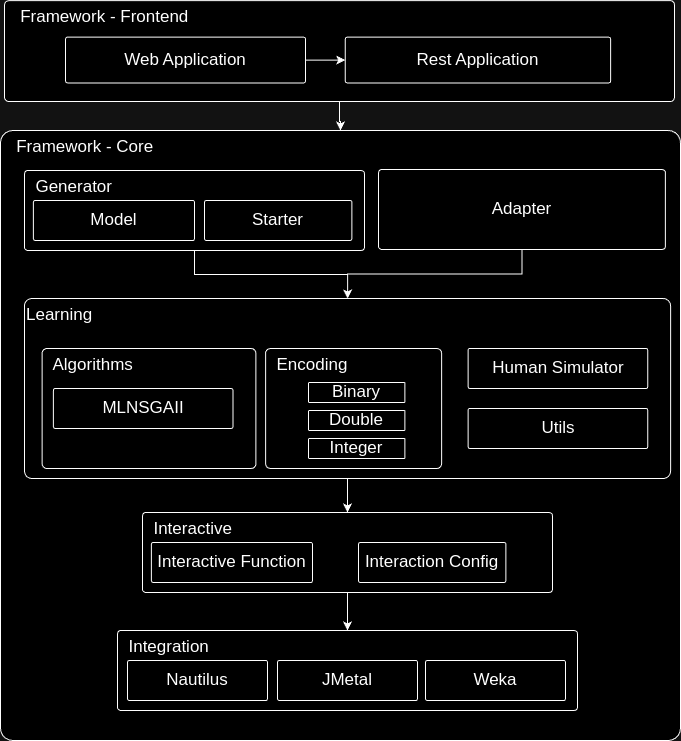
The draw.io diagram docs/modules.drawio.png in iSEarchAI/isearchai, before a commit. Source tidied: cells renumbered, new cells last; positions are measured from the earlier drawing's top-left corner, leaving out a move shared by most shapes.
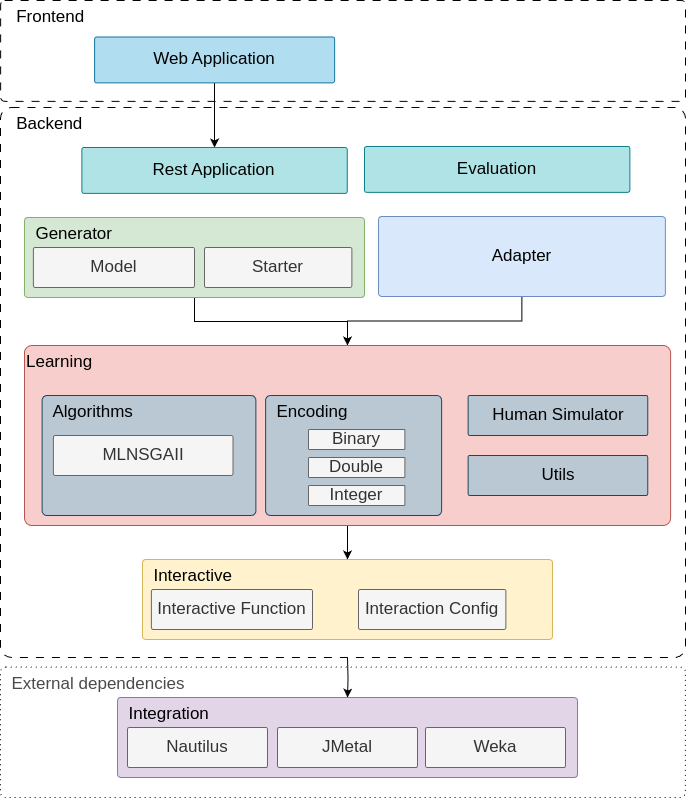
Above is the later version.

The edit, as a diff of the source:
```diff
@@ -2,100 +2,100 @@
   <root>
     <mxCell id="0" />
     <mxCell id="1" parent="0" />
-    <mxCell id="2" style="edgeStyle=orthogonalEdgeStyle;rounded=0;jettySize=auto;html=1;" parent="1" edge="1" source="x">
-      <mxGeometry relative="1" as="geometry">
-        <mxPoint x="355" y="102" as="targetPoint" />
-      </mxGeometry>
-    </mxCell>
-    <mxCell id="3" value="&lt;div style=&quot;padding-top: 0px; font-size: 17px;&quot;&gt;&amp;nbsp; &amp;nbsp;&lt;span style=&quot;background-color: initial;&quot;&gt;Framework - Core&lt;/span&gt;&lt;/div&gt;" style="rounded=1;whiteSpace=wrap;html=1;align=left;verticalAlign=top;arcSize=2;fontSize=17;" parent="1" vertex="1">
-      <mxGeometry y="130" width="680" height="610" as="geometry" />
-    </mxCell>
-    <mxCell id="4" style="edgeStyle=orthogonalEdgeStyle;rounded=0;jettySize=auto;html=1;" parent="1" edge="1" source="5" target="3">
-      <mxGeometry relative="1" as="geometry" />
-    </mxCell>
-    <mxCell id="5" value="&lt;div style=&quot;padding-top: 0px; font-size: 17px;&quot;&gt;&amp;nbsp; &amp;nbsp;Framework - Frontend&lt;/div&gt;" style="rounded=1;whiteSpace=wrap;html=1;align=left;verticalAlign=top;arcSize=4;fontSize=17;" parent="1" vertex="1">
-      <mxGeometry x="4" y="0.2" width="670" height="100.8" as="geometry" />
-    </mxCell>
+    <mxCell id="33" value="&lt;div style=&quot;padding-top: 0px; font-size: 17px;&quot;&gt;&amp;nbsp; External dependencies&lt;/div&gt;" style="rounded=1;whiteSpace=wrap;html=1;align=left;verticalAlign=top;arcSize=4;fontSize=17;dashed=1;dashPattern=1 4;gradientColor=none;fontColor=#4A4A4A;" parent="1" vertex="1">
+      <mxGeometry y="619.6" width="684.9" height="130.4" as="geometry" />
+    </mxCell>
+    <mxCell id="34" value="&lt;div style=&quot;padding-top: 0px; font-size: 17px;&quot;&gt;&amp;nbsp; &amp;nbsp;&lt;span style=&quot;background-color: initial;&quot;&gt;Backend&lt;/span&gt;&lt;/div&gt;" style="rounded=1;whiteSpace=wrap;html=1;align=left;verticalAlign=top;arcSize=2;fontSize=17;dashed=1;dashPattern=8 8;" parent="1" vertex="1">
+      <mxGeometry y="60" width="685" height="550" as="geometry" />
+    </mxCell>
+    <mxCell id="35" value="&lt;div style=&quot;padding-top: 0px; font-size: 17px;&quot;&gt;&amp;nbsp; &amp;nbsp;Frontend&lt;/div&gt;" style="rounded=1;whiteSpace=wrap;html=1;align=left;verticalAlign=top;arcSize=4;fontSize=17;dashed=1;dashPattern=8 8;" parent="1" vertex="1">
+      <mxGeometry x="0.1" y="-47" width="684.9" height="100.8" as="geometry" />
+    </mxCell>
     <mxCell id="6" style="edgeStyle=orthogonalEdgeStyle;rounded=0;jettySize=auto;html=1;" parent="1" edge="1" source="8" target="7">
       <mxGeometry relative="1" as="geometry" />
     </mxCell>
-    <mxCell id="7" value="&lt;div style=&quot;padding-top: 0px; font-size: 17px;&quot;&gt;Rest Application&lt;/div&gt;" style="rounded=1;whiteSpace=wrap;html=1;align=center;verticalAlign=middle;arcSize=4;fontSize=17;" parent="1" vertex="1">
-      <mxGeometry x="344.8" y="36.7" width="265.4" height="45.8" as="geometry" />
+    <mxCell id="7" value="&lt;div style=&quot;padding-top: 0px; font-size: 17px;&quot;&gt;Rest Application&lt;/div&gt;" style="rounded=1;whiteSpace=wrap;html=1;align=center;verticalAlign=middle;arcSize=4;fontSize=17;fillColor=#b0e3e6;strokeColor=#0e8088;" parent="1" vertex="1">
+      <mxGeometry x="81.4" y="100" width="265.4" height="45.8" as="geometry" />
     </mxCell>
-    <mxCell id="8" value="&lt;div style=&quot;padding-top: 0px; font-size: 17px;&quot;&gt;Web Application&lt;/div&gt;" style="rounded=1;whiteSpace=wrap;html=1;align=center;verticalAlign=middle;arcSize=4;fontSize=17;" parent="1" vertex="1">
-      <mxGeometry x="65" y="36.7" width="240" height="45.8" as="geometry" />
+    <mxCell id="8" value="&lt;div style=&quot;padding-top: 0px; font-size: 17px;&quot;&gt;Web Application&lt;/div&gt;" style="rounded=1;whiteSpace=wrap;html=1;align=center;verticalAlign=middle;arcSize=4;fontSize=17;fillColor=#b1ddf0;strokeColor=#10739e;" parent="1" vertex="1">
+      <mxGeometry x="94.1" y="-10.5" width="240" height="45.8" as="geometry" />
     </mxCell>
-    <mxCell id="9" value="&lt;div style=&quot;padding-top: 0px; font-size: 17px;&quot;&gt;&lt;span style=&quot;background-color: initial;&quot;&gt;&amp;nbsp;&amp;nbsp;&lt;/span&gt;&lt;span style=&quot;background-color: initial;&quot;&gt;Integration&lt;/span&gt;&lt;br&gt;&lt;/div&gt;" style="rounded=1;whiteSpace=wrap;html=1;align=left;verticalAlign=top;arcSize=4;fontSize=17;" parent="1" vertex="1">
-      <mxGeometry x="117" y="630" width="460" height="80" as="geometry" />
+    <mxCell id="9" value="&lt;div style=&quot;padding-top: 0px; font-size: 17px;&quot;&gt;&lt;span style=&quot;background-color: initial;&quot;&gt;&amp;nbsp;&amp;nbsp;&lt;/span&gt;&lt;span style=&quot;background-color: initial;&quot;&gt;Integration&lt;/span&gt;&lt;br&gt;&lt;/div&gt;" style="rounded=1;whiteSpace=wrap;html=1;align=left;verticalAlign=top;arcSize=4;fontSize=17;fillColor=#e1d5e7;strokeColor=#9673a6;" parent="1" vertex="1">
+      <mxGeometry x="117" y="650" width="460" height="80" as="geometry" />
     </mxCell>
-    <mxCell id="10" value="&lt;div style=&quot;padding-top: 0px; font-size: 17px;&quot;&gt;Nautilus&lt;/div&gt;" style="rounded=1;whiteSpace=wrap;html=1;align=center;verticalAlign=middle;arcSize=4;fontSize=17;" parent="1" vertex="1">
-      <mxGeometry x="127" y="660" width="140" height="40" as="geometry" />
+    <mxCell id="10" value="&lt;div style=&quot;padding-top: 0px; font-size: 17px;&quot;&gt;Nautilus&lt;/div&gt;" style="rounded=1;whiteSpace=wrap;html=1;align=center;verticalAlign=middle;arcSize=4;fontSize=17;fillColor=#f5f5f5;fontColor=#333333;strokeColor=#666666;" parent="1" vertex="1">
+      <mxGeometry x="127" y="680" width="140" height="40" as="geometry" />
     </mxCell>
-    <mxCell id="11" value="&lt;div style=&quot;padding-top: 0px; font-size: 17px;&quot;&gt;JMetal&lt;/div&gt;" style="rounded=1;whiteSpace=wrap;html=1;align=center;verticalAlign=middle;arcSize=4;fontSize=17;" parent="1" vertex="1">
-      <mxGeometry x="277" y="660" width="140" height="40" as="geometry" />
+    <mxCell id="11" value="&lt;div style=&quot;padding-top: 0px; font-size: 17px;&quot;&gt;JMetal&lt;/div&gt;" style="rounded=1;whiteSpace=wrap;html=1;align=center;verticalAlign=middle;arcSize=4;fontSize=17;fillColor=#f5f5f5;fontColor=#333333;strokeColor=#666666;" parent="1" vertex="1">
+      <mxGeometry x="277" y="680" width="140" height="40" as="geometry" />
     </mxCell>
-    <mxCell id="12" value="&lt;div style=&quot;padding-top: 0px; font-size: 17px;&quot;&gt;Weka&lt;/div&gt;" style="rounded=1;whiteSpace=wrap;html=1;align=center;verticalAlign=middle;arcSize=4;fontSize=17;" parent="1" vertex="1">
-      <mxGeometry x="425" y="660" width="140" height="40" as="geometry" />
+    <mxCell id="12" value="&lt;div style=&quot;padding-top: 0px; font-size: 17px;&quot;&gt;Weka&lt;/div&gt;" style="rounded=1;whiteSpace=wrap;html=1;align=center;verticalAlign=middle;arcSize=4;fontSize=17;fillColor=#f5f5f5;fontColor=#333333;strokeColor=#666666;" parent="1" vertex="1">
+      <mxGeometry x="425" y="680" width="140" height="40" as="geometry" />
     </mxCell>
-    <mxCell id="13" style="edgeStyle=orthogonalEdgeStyle;rounded=0;jettySize=auto;html=1;" parent="1" edge="1" source="14" target="9">
-      <mxGeometry relative="1" as="geometry" />
-    </mxCell>
+    <mxCell id="36" style="edgeStyle=orthogonalEdgeStyle;rounded=0;jettySize=auto;html=1;" parent="1" edge="1" target="9">
+      <mxGeometry relative="1" as="geometry">
+        <mxPoint x="347" y="610" as="sourcePoint" />
+      </mxGeometry>
+    </mxCell>
-    <mxCell id="14" value="&lt;div style=&quot;padding-top: 0px; font-size: 17px;&quot;&gt;&amp;nbsp; Interactive&lt;/div&gt;" style="rounded=1;whiteSpace=wrap;html=1;align=left;verticalAlign=top;arcSize=4;fontSize=17;" parent="1" vertex="1">
+    <mxCell id="14" value="&lt;div style=&quot;padding-top: 0px; font-size: 17px;&quot;&gt;&amp;nbsp; Interactive&lt;/div&gt;" style="rounded=1;whiteSpace=wrap;html=1;align=left;verticalAlign=top;arcSize=4;fontSize=17;fillColor=#fff2cc;strokeColor=#d6b656;" parent="1" vertex="1">
       <mxGeometry x="142" y="512" width="410" height="80" as="geometry" />
     </mxCell>
-    <mxCell id="15" value="&lt;div style=&quot;padding-top: 0px; font-size: 17px;&quot;&gt;Interactive Function&lt;/div&gt;" style="rounded=1;whiteSpace=wrap;html=1;align=center;verticalAlign=middle;arcSize=4;fontSize=17;" parent="1" vertex="1">
+    <mxCell id="15" value="&lt;div style=&quot;padding-top: 0px; font-size: 17px;&quot;&gt;Interactive Function&lt;/div&gt;" style="rounded=1;whiteSpace=wrap;html=1;align=center;verticalAlign=middle;arcSize=4;fontSize=17;fillColor=#f5f5f5;fontColor=#333333;strokeColor=#666666;" parent="1" vertex="1">
       <mxGeometry x="150.9" y="542" width="161.1" height="40" as="geometry" />
     </mxCell>
-    <mxCell id="16" value="&lt;div style=&quot;padding-top: 0px; font-size: 17px;&quot;&gt;Interaction Config&lt;/div&gt;" style="rounded=1;whiteSpace=wrap;html=1;align=center;verticalAlign=middle;arcSize=4;fontSize=17;" parent="1" vertex="1">
+    <mxCell id="16" value="&lt;div style=&quot;padding-top: 0px; font-size: 17px;&quot;&gt;Interaction Config&lt;/div&gt;" style="rounded=1;whiteSpace=wrap;html=1;align=center;verticalAlign=middle;arcSize=4;fontSize=17;fillColor=#f5f5f5;fontColor=#333333;strokeColor=#666666;" parent="1" vertex="1">
       <mxGeometry x="358" y="542" width="147.4" height="40" as="geometry" />
     </mxCell>
     <mxCell id="17" style="edgeStyle=orthogonalEdgeStyle;rounded=0;jettySize=auto;html=1;" parent="1" edge="1" source="18" target="24">
       <mxGeometry relative="1" as="geometry" />
     </mxCell>
-    <mxCell id="18" value="&lt;div style=&quot;padding-top: 0px; font-size: 17px;&quot;&gt;&amp;nbsp; Generator&lt;/div&gt;" style="rounded=1;whiteSpace=wrap;html=1;align=left;verticalAlign=top;arcSize=4;fontSize=17;" parent="1" vertex="1">
+    <mxCell id="18" value="&lt;div style=&quot;padding-top: 0px; font-size: 17px;&quot;&gt;&amp;nbsp; Generator&lt;/div&gt;" style="rounded=1;whiteSpace=wrap;html=1;align=left;verticalAlign=top;arcSize=4;fontSize=17;fillColor=#d5e8d4;strokeColor=#82b366;" parent="1" vertex="1">
       <mxGeometry x="24" y="170" width="340" height="80" as="geometry" />
     </mxCell>
-    <mxCell id="19" value="&lt;div style=&quot;padding-top: 0px; font-size: 17px;&quot;&gt;Model&lt;/div&gt;" style="rounded=1;whiteSpace=wrap;html=1;align=center;verticalAlign=middle;arcSize=4;fontSize=17;" parent="1" vertex="1">
+    <mxCell id="19" value="&lt;div style=&quot;padding-top: 0px; font-size: 17px;&quot;&gt;Model&lt;/div&gt;" style="rounded=1;whiteSpace=wrap;html=1;align=center;verticalAlign=middle;arcSize=4;fontSize=17;fillColor=#f5f5f5;fontColor=#333333;strokeColor=#666666;" parent="1" vertex="1">
       <mxGeometry x="32.9" y="200" width="161.1" height="40" as="geometry" />
     </mxCell>
-    <mxCell id="20" value="&lt;div style=&quot;padding-top: 0px; font-size: 17px;&quot;&gt;Starter&lt;/div&gt;" style="rounded=1;whiteSpace=wrap;html=1;align=center;verticalAlign=middle;arcSize=4;fontSize=17;" parent="1" vertex="1">
+    <mxCell id="20" value="&lt;div style=&quot;padding-top: 0px; font-size: 17px;&quot;&gt;Starter&lt;/div&gt;" style="rounded=1;whiteSpace=wrap;html=1;align=center;verticalAlign=middle;arcSize=4;fontSize=17;fillColor=#f5f5f5;fontColor=#333333;strokeColor=#666666;" parent="1" vertex="1">
       <mxGeometry x="204" y="200" width="147.4" height="40" as="geometry" />
     </mxCell>
     <mxCell id="21" style="edgeStyle=orthogonalEdgeStyle;rounded=0;jettySize=auto;html=1;" parent="1" edge="1" source="22" target="24">
       <mxGeometry relative="1" as="geometry" />
     </mxCell>
-    <mxCell id="22" value="&lt;div style=&quot;padding-top: 0px; font-size: 17px;&quot;&gt;Adapter&lt;/div&gt;" style="rounded=1;whiteSpace=wrap;html=1;align=center;verticalAlign=middle;arcSize=4;fontSize=17;" parent="1" vertex="1">
+    <mxCell id="22" value="&lt;div style=&quot;padding-top: 0px; font-size: 17px;&quot;&gt;Adapter&lt;/div&gt;" style="rounded=1;whiteSpace=wrap;html=1;align=center;verticalAlign=middle;arcSize=4;fontSize=17;fillColor=#dae8fc;strokeColor=#6c8ebf;" parent="1" vertex="1">
       <mxGeometry x="378" y="169" width="286.9" height="80" as="geometry" />
     </mxCell>
     <mxCell id="23" style="edgeStyle=orthogonalEdgeStyle;rounded=0;jettySize=auto;html=1;exitX=0.5;exitY=1;exitDx=0;exitDy=0;entryX=0.5;entryY=0;entryDx=0;entryDy=0;" parent="1" edge="1" source="24" target="14">
       <mxGeometry relative="1" as="geometry" />
     </mxCell>
-    <mxCell id="24" value="&lt;div style=&quot;padding-top: 0px; font-size: 17px;&quot;&gt;Learning&lt;/div&gt;" style="rounded=1;whiteSpace=wrap;html=1;align=left;verticalAlign=top;arcSize=4;fontSize=17;" parent="1" vertex="1">
+    <mxCell id="24" value="&lt;div style=&quot;padding-top: 0px; font-size: 17px;&quot;&gt;Learning&lt;/div&gt;" style="rounded=1;whiteSpace=wrap;html=1;align=left;verticalAlign=top;arcSize=4;fontSize=17;fillColor=#f8cecc;strokeColor=#b85450;" parent="1" vertex="1">
       <mxGeometry x="24" y="298" width="646.1" height="180" as="geometry" />
     </mxCell>
-    <mxCell id="25" value="&lt;div style=&quot;padding-top: 0px; font-size: 17px;&quot;&gt;&amp;nbsp; Algorithms&lt;/div&gt;" style="rounded=1;whiteSpace=wrap;html=1;align=left;verticalAlign=top;arcSize=4;fontSize=17;" parent="1" vertex="1">
+    <mxCell id="25" value="&lt;div style=&quot;padding-top: 0px; font-size: 17px;&quot;&gt;&amp;nbsp; Algorithms&lt;/div&gt;" style="rounded=1;whiteSpace=wrap;html=1;align=left;verticalAlign=top;arcSize=4;fontSize=17;fillColor=#bac8d3;strokeColor=#23445d;" parent="1" vertex="1">
       <mxGeometry x="41.6" y="348" width="213.8" height="120" as="geometry" />
     </mxCell>
-    <mxCell id="26" value="&lt;div style=&quot;padding-top: 0px; font-size: 17px;&quot;&gt;Human Simulator&lt;/div&gt;" style="rounded=1;whiteSpace=wrap;html=1;align=center;verticalAlign=middle;arcSize=4;fontSize=17;" parent="1" vertex="1">
+    <mxCell id="26" value="&lt;div style=&quot;padding-top: 0px; font-size: 17px;&quot;&gt;Human Simulator&lt;/div&gt;" style="rounded=1;whiteSpace=wrap;html=1;align=center;verticalAlign=middle;arcSize=4;fontSize=17;fillColor=#bac8d3;strokeColor=#23445d;" parent="1" vertex="1">
       <mxGeometry x="467.6" y="348" width="179.6" height="40" as="geometry" />
     </mxCell>
-    <mxCell id="27" value="&lt;div style=&quot;padding-top: 0px; font-size: 17px;&quot;&gt;Utils&lt;/div&gt;" style="rounded=1;whiteSpace=wrap;html=1;align=center;verticalAlign=middle;arcSize=4;fontSize=17;" parent="1" vertex="1">
+    <mxCell id="27" value="&lt;div style=&quot;padding-top: 0px; font-size: 17px;&quot;&gt;Utils&lt;/div&gt;" style="rounded=1;whiteSpace=wrap;html=1;align=center;verticalAlign=middle;arcSize=4;fontSize=17;fillColor=#bac8d3;strokeColor=#23445d;" parent="1" vertex="1">
       <mxGeometry x="467.6" y="408" width="179.6" height="40" as="geometry" />
     </mxCell>
-    <mxCell id="28" value="&lt;div style=&quot;padding-top: 0px; font-size: 17px;&quot;&gt;MLNSGAII&lt;/div&gt;" style="rounded=1;whiteSpace=wrap;html=1;align=center;verticalAlign=middle;arcSize=4;fontSize=17;" parent="1" vertex="1">
+    <mxCell id="28" value="&lt;div style=&quot;padding-top: 0px; font-size: 17px;&quot;&gt;MLNSGAII&lt;/div&gt;" style="rounded=1;whiteSpace=wrap;html=1;align=center;verticalAlign=middle;arcSize=4;fontSize=17;fillColor=#f5f5f5;fontColor=#333333;strokeColor=#666666;" parent="1" vertex="1">
       <mxGeometry x="52.9" y="388" width="179.6" height="40" as="geometry" />
     </mxCell>
-    <mxCell id="29" value="&lt;div style=&quot;padding-top: 0px; font-size: 17px;&quot;&gt;&amp;nbsp; Encoding&lt;/div&gt;" style="rounded=1;whiteSpace=wrap;html=1;align=left;verticalAlign=top;arcSize=4;fontSize=17;" parent="1" vertex="1">
+    <mxCell id="29" value="&lt;div style=&quot;padding-top: 0px; font-size: 17px;&quot;&gt;&amp;nbsp; Encoding&lt;/div&gt;" style="rounded=1;whiteSpace=wrap;html=1;align=left;verticalAlign=top;arcSize=4;fontSize=17;fillColor=#bac8d3;strokeColor=#23445d;" parent="1" vertex="1">
       <mxGeometry x="265.1" y="348" width="176.1" height="120" as="geometry" />
     </mxCell>
-    <mxCell id="30" value="&lt;div style=&quot;padding-top: 0px; font-size: 17px;&quot;&gt;Binary&lt;/div&gt;" style="rounded=1;whiteSpace=wrap;html=1;align=center;verticalAlign=middle;arcSize=4;fontSize=17;" parent="1" vertex="1">
+    <mxCell id="30" value="&lt;div style=&quot;padding-top: 0px; font-size: 17px;&quot;&gt;Binary&lt;/div&gt;" style="rounded=1;whiteSpace=wrap;html=1;align=center;verticalAlign=middle;arcSize=4;fontSize=17;fillColor=#f5f5f5;fontColor=#333333;strokeColor=#666666;" parent="1" vertex="1">
       <mxGeometry x="308" y="382" width="96.4" height="20" as="geometry" />
     </mxCell>
-    <mxCell id="31" value="&lt;div style=&quot;padding-top: 0px; font-size: 17px;&quot;&gt;Double&lt;/div&gt;" style="rounded=1;whiteSpace=wrap;html=1;align=center;verticalAlign=middle;arcSize=4;fontSize=17;" parent="1" vertex="1">
+    <mxCell id="31" value="&lt;div style=&quot;padding-top: 0px; font-size: 17px;&quot;&gt;Double&lt;/div&gt;" style="rounded=1;whiteSpace=wrap;html=1;align=center;verticalAlign=middle;arcSize=4;fontSize=17;fillColor=#f5f5f5;fontColor=#333333;strokeColor=#666666;" parent="1" vertex="1">
       <mxGeometry x="308" y="410" width="96.4" height="20" as="geometry" />
     </mxCell>
-    <mxCell id="32" value="&lt;div style=&quot;padding-top: 0px; font-size: 17px;&quot;&gt;Integer&lt;/div&gt;" style="rounded=1;whiteSpace=wrap;html=1;align=center;verticalAlign=middle;arcSize=4;fontSize=17;" parent="1" vertex="1">
+    <mxCell id="32" value="&lt;div style=&quot;padding-top: 0px; font-size: 17px;&quot;&gt;Integer&lt;/div&gt;" style="rounded=1;whiteSpace=wrap;html=1;align=center;verticalAlign=middle;arcSize=4;fontSize=17;fillColor=#f5f5f5;fontColor=#333333;strokeColor=#666666;" parent="1" vertex="1">
       <mxGeometry x="308" y="438" width="96.4" height="20" as="geometry" />
     </mxCell>
+    <mxCell id="37" value="&lt;div style=&quot;padding-top: 0px; font-size: 17px;&quot;&gt;Evaluation&lt;/div&gt;" style="rounded=1;whiteSpace=wrap;html=1;align=center;verticalAlign=middle;arcSize=4;fontSize=17;fillColor=#b0e3e6;strokeColor=#0e8088;" parent="1" vertex="1">
+      <mxGeometry x="364" y="99" width="265.4" height="45.8" as="geometry" />
+    </mxCell>
   </root>
 </mxGraphModel>
```
